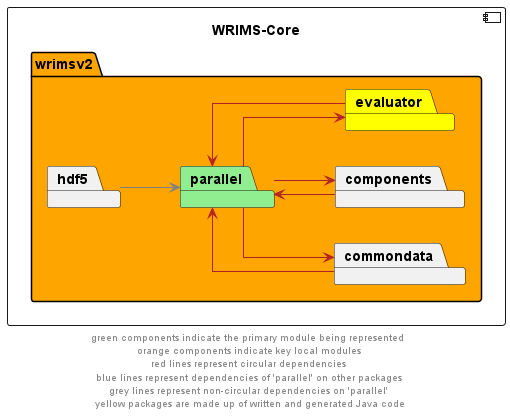
CentralValleyModeling/wrims-engine keeps this PlantUML diagram as docs/diagrams/wrims-core/wrims-core_parallel.png. Above is the earlier version.
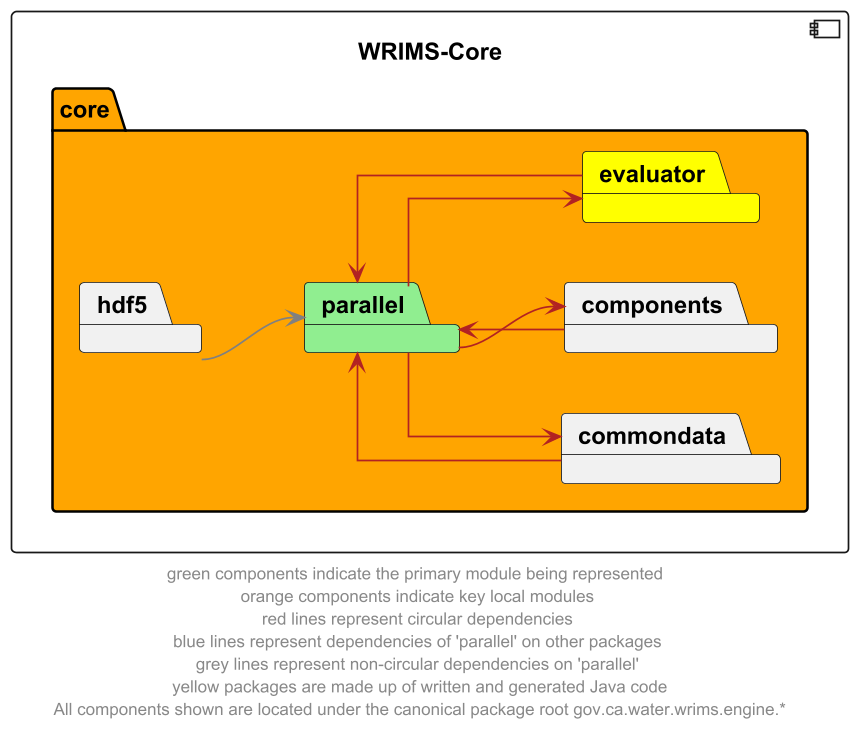
Above is the later version.

The edit, as a diff of the source:
```diff
@@ -3,7 +3,7 @@
 skinparam linetype ortho
 
 component wrims_core as "WRIMS-Core" {
-    package wrimsv2 #orange {
+    package core #orange {
         package parallel #lightgreen
         package commondata
         package components
@@ -22,5 +22,5 @@
 hdf5 --> parallel #grey
 
 
-footer "green components indicate the primary module being represented \n orange components indicate key local modules \n red lines represent circular dependencies \n blue lines represent dependencies of 'parallel' on other packages \n grey lines represent non-circular dependencies on 'parallel' \n yellow packages are made up of written and generated Java code"
+footer "green components indicate the primary module being represented \n orange components indicate key local modules \n red lines represent circular dependencies \n blue lines represent dependencies of 'parallel' on other packages \n grey lines represent non-circular dependencies on 'parallel' \n yellow packages are made up of written and generated Java code\n All components shown are located under the canonical package root gov.ca.water.wrims.engine.*"
 @enduml
```
